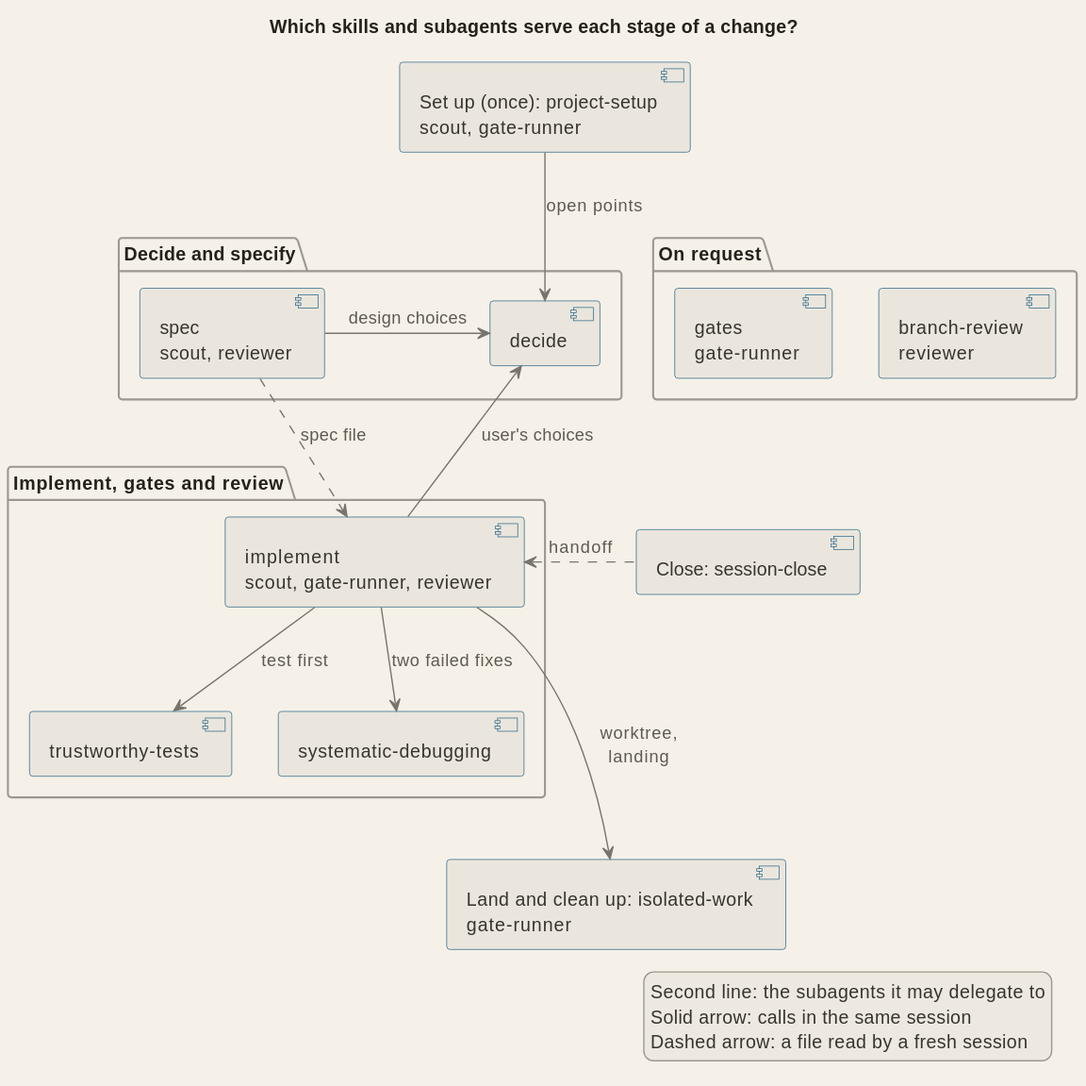
Before: docs/diagrams/arch_skills_workflow.svg, a diagram exported from PlantUML (signorenne/dotagents).
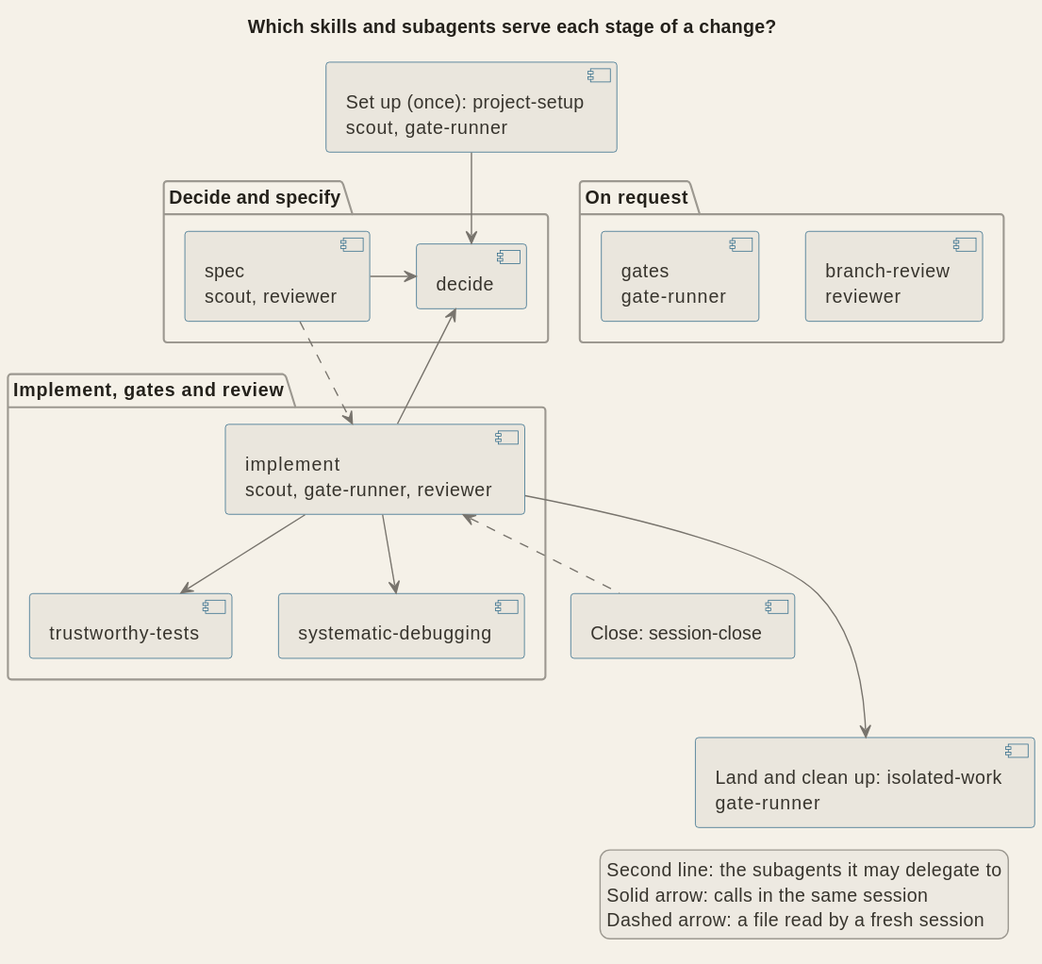
Later version of the same file.

Commit message:
docs(architecture): draw the workflow map without edge labels and list its edges in a table

The edit, as a diff of the source:
```diff
@@ -19,14 +19,14 @@
 component "Close: session-close" as close
 component "Land and clean up: isolated-work\ngate-runner" as isolated
 
-setup --> decide : open points
-spec -right-> decide : design choices
-spec ..> implement : spec file
-implement -up-> decide : user's choices
-implement --> tests : test first
-implement --> debug : two failed fixes
-close .left.> implement : handoff
-implement ---> isolated : worktree,\nlanding
+setup --> decide
+spec -right-> decide
+spec ..> implement
+implement -up-> decide
+implement --> tests
+implement --> debug
+close .up.> implement
+implement ---> isolated
 spec -[hidden]right- gates
 gates -[hidden]right- review
 
```
